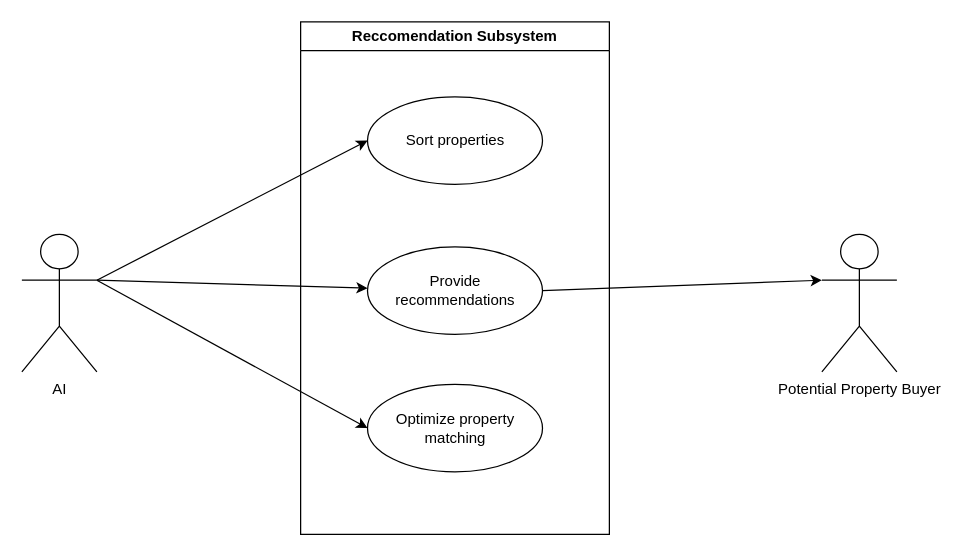
Earlier version of the draw.io diagram diagrams/use-case diagrams/recommendation-usecase.drawio (COS301-SE-2023/EstateMatch). Source tidied: cells renumbered, new cells numbered last; positions are measured from the earlier drawing's top-left corner, leaving out a move shared by most shapes. Both pictures are drawn from the tidied source at 125%, with x=0, y=0 at pixel (21, 21).
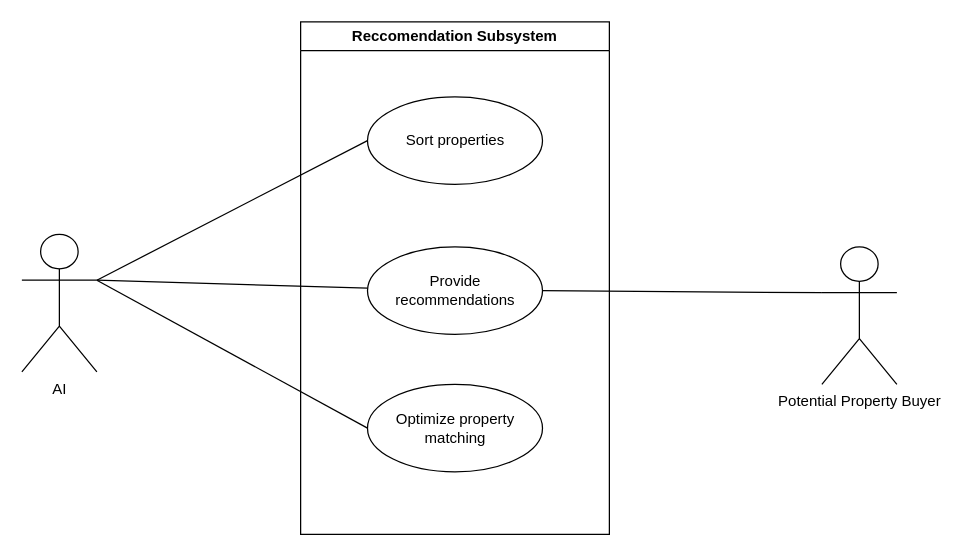
Above is the later version.

Commit message:
📝 (diagram) Fixed redommendation usecase

The edit, as a diff of the source:
```diff
@@
 <mxGraphModel>
   <root>
     <mxCell id="0" />
     <mxCell id="1" parent="0" />
     <mxCell id="2" value="Reccomendation Subsystem" style="swimlane;whiteSpace=wrap;html=1;" parent="1" vertex="1">
       <mxGeometry x="223" width="247" height="410" as="geometry" />
     </mxCell>
     <mxCell id="3" value="Sort properties" style="ellipse;whiteSpace=wrap;html=1;" parent="2" vertex="1">
       <mxGeometry x="53.5" y="60" width="140" height="70" as="geometry" />
     </mxCell>
     <mxCell id="4" value="Provide recommendations" style="ellipse;whiteSpace=wrap;html=1;" parent="2" vertex="1">
       <mxGeometry x="53.5" y="180" width="140" height="70" as="geometry" />
     </mxCell>
     <mxCell id="5" value="Optimize property matching" style="ellipse;whiteSpace=wrap;html=1;" parent="2" vertex="1">
       <mxGeometry x="53.5" y="290" width="140" height="70" as="geometry" />
     </mxCell>
-    <mxCell id="6" style="edgeStyle=none;html=1;exitX=1;exitY=0.3333333333333333;exitDx=0;exitDy=0;exitPerimeter=0;" parent="1" edge="1" source="9" target="4">
+    <mxCell id="6" style="edgeStyle=none;html=1;exitX=1;exitY=0.3333333333333333;exitDx=0;exitDy=0;exitPerimeter=0;endArrow=none;endFill=0;" parent="1" edge="1" source="9" target="4">
       <mxGeometry relative="1" as="geometry" />
     </mxCell>
-    <mxCell id="7" style="edgeStyle=none;html=1;exitX=1;exitY=0.3333333333333333;exitDx=0;exitDy=0;exitPerimeter=0;entryX=0;entryY=0.5;entryDx=0;entryDy=0;" parent="1" edge="1" source="9" target="3">
+    <mxCell id="7" style="edgeStyle=none;html=1;exitX=1;exitY=0.3333333333333333;exitDx=0;exitDy=0;exitPerimeter=0;entryX=0;entryY=0.5;entryDx=0;entryDy=0;endArrow=none;endFill=0;" parent="1" edge="1" source="9" target="3">
       <mxGeometry relative="1" as="geometry" />
     </mxCell>
-    <mxCell id="8" style="edgeStyle=none;html=1;exitX=1;exitY=0.3333333333333333;exitDx=0;exitDy=0;exitPerimeter=0;entryX=0;entryY=0.5;entryDx=0;entryDy=0;" parent="1" edge="1" source="9" target="5">
+    <mxCell id="8" style="edgeStyle=none;html=1;exitX=1;exitY=0.3333333333333333;exitDx=0;exitDy=0;exitPerimeter=0;entryX=0;entryY=0.5;entryDx=0;entryDy=0;endArrow=none;endFill=0;" parent="1" edge="1" source="9" target="5">
       <mxGeometry relative="1" as="geometry" />
     </mxCell>
     <mxCell id="9" value="AI" style="shape=umlActor;verticalLabelPosition=bottom;verticalAlign=top;html=1;" parent="1" vertex="1">
       <mxGeometry y="170" width="60" height="110" as="geometry" />
     </mxCell>
     <mxCell id="10" value="Potential Property Buyer" style="shape=umlActor;verticalLabelPosition=bottom;verticalAlign=top;html=1;" parent="1" vertex="1">
-      <mxGeometry x="640" y="170" width="60" height="110" as="geometry" />
+      <mxGeometry x="640" y="180" width="60" height="110" as="geometry" />
     </mxCell>
-    <mxCell id="11" style="edgeStyle=none;html=1;exitX=1;exitY=0.5;exitDx=0;exitDy=0;entryX=0;entryY=0.3333333333333333;entryDx=0;entryDy=0;entryPerimeter=0;" parent="1" edge="1" source="4" target="10">
+    <mxCell id="11" style="edgeStyle=none;html=1;exitX=1;exitY=0.5;exitDx=0;exitDy=0;entryX=0;entryY=0.3333333333333333;entryDx=0;entryDy=0;entryPerimeter=0;endArrow=none;endFill=0;" parent="1" edge="1" source="4" target="10">
       <mxGeometry relative="1" as="geometry" />
     </mxCell>
   </root>
 </mxGraphModel>
```
